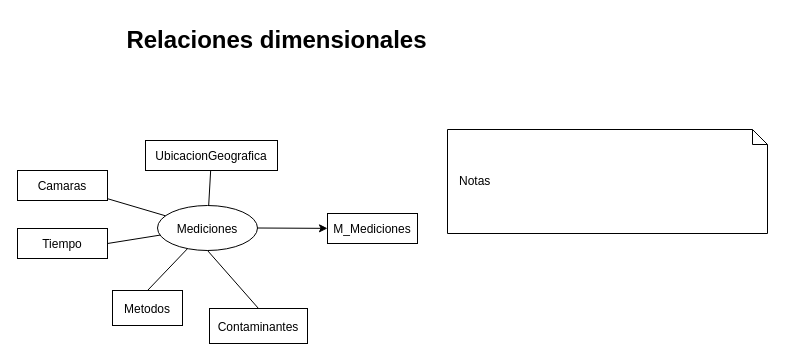
Above: 2. Diseño conceptual/Relaciones dimensionales.drawio in gonzalomelov/dw-calidad-aire-docs (draw.io), before the change. Source tidied: cells renumbered, new cells numbered last; positions are measured from the earlier drawing's top-left corner, leaving out a move shared by most shapes. Both pictures are drawn from the tidied source at 100%, with x=0, y=0 at pixel (17, 17).
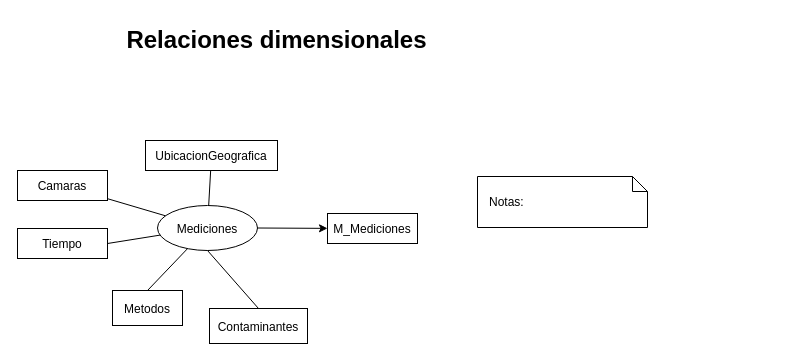
After the change.

The edit, as a diff of the source:
```diff
@@
 <mxGraphModel background="#ffffff">
   <root>
     <mxCell id="0" />
     <mxCell id="1" parent="0" />
     <mxCell id="2" value="UbicacionGeografica" parent="1" vertex="1">
       <mxGeometry x="128" y="123" width="132" height="30" as="geometry" />
     </mxCell>
     <mxCell id="3" value="Camaras" parent="1" vertex="1">
       <mxGeometry y="153" width="90" height="30" as="geometry" />
     </mxCell>
     <mxCell id="4" value="Tiempo" parent="1" vertex="1">
       <mxGeometry y="211" width="90" height="30" as="geometry" />
     </mxCell>
     <mxCell id="5" value="Metodos" parent="1" vertex="1">
       <mxGeometry x="95" y="273" width="70" height="35" as="geometry" />
     </mxCell>
     <mxCell id="6" value="M_Mediciones" parent="1" vertex="1">
       <mxGeometry x="310" y="196" width="90" height="30" as="geometry" />
     </mxCell>
     <mxCell id="7" value="Mediciones" style="ellipse;" parent="1" vertex="1">
       <mxGeometry x="140" y="188" width="100" height="45" as="geometry" />
     </mxCell>
     <mxCell id="8" style="edgeStyle=none;endArrow=none;" parent="1" edge="1" source="7" target="2">
       <mxGeometry relative="1" as="geometry" />
     </mxCell>
     <mxCell id="9" style="edgeStyle=none;endArrow=none;" parent="1" edge="1" source="7" target="3">
       <mxGeometry relative="1" as="geometry" />
     </mxCell>
     <mxCell id="10" style="edgeStyle=none;endArrow=none;entryX=1;entryY=0.5;" parent="1" edge="1" source="7" target="4">
       <mxGeometry relative="1" as="geometry" />
     </mxCell>
     <mxCell id="11" style="edgeStyle=none;endArrow=none;entryX=0.5;entryY=0;" parent="1" edge="1" source="7" target="5">
       <mxGeometry relative="1" as="geometry" />
     </mxCell>
     <mxCell id="12" style="edgeStyle=none;" parent="1" edge="1" source="7" target="6">
       <mxGeometry relative="1" as="geometry" />
     </mxCell>
     <mxCell id="13" value="Relaciones dimensionales" style="text;align=center;verticalAlign=middle;fontFamily=Helvetica;fontSize=24;fontStyle=1;" parent="1" vertex="1">
       <mxGeometry x="95" width="329" height="40" as="geometry" />
     </mxCell>
     <mxCell id="14" value="Contaminantes" parent="1" vertex="1">
       <mxGeometry x="192" y="291" width="98" height="35" as="geometry" />
     </mxCell>
     <mxCell id="15" style="edgeStyle=none;endArrow=none;entryX=0.5;entryY=0;exitX=0.5;exitY=1;" parent="1" edge="1" source="7" target="14">
       <mxGeometry relative="1" as="geometry" />
     </mxCell>
-    <mxCell id="16" value="&lt;div&gt;Notas&lt;/div&gt;" style="shape=note;size=15;align=left;spacingLeft=10;html=1;whiteSpace=wrap;" parent="1" vertex="1">
-      <mxGeometry x="430" y="112" width="320" height="104" as="geometry" />
+    <mxCell id="16" value="&lt;div&gt;Notas:&lt;/div&gt;" style="shape=note;size=15;align=left;spacingLeft=10;html=1;whiteSpace=wrap;" parent="1" vertex="1">
+      <mxGeometry x="460" y="159" width="170" height="51" as="geometry" />
     </mxCell>
   </root>
 </mxGraphModel>
```
